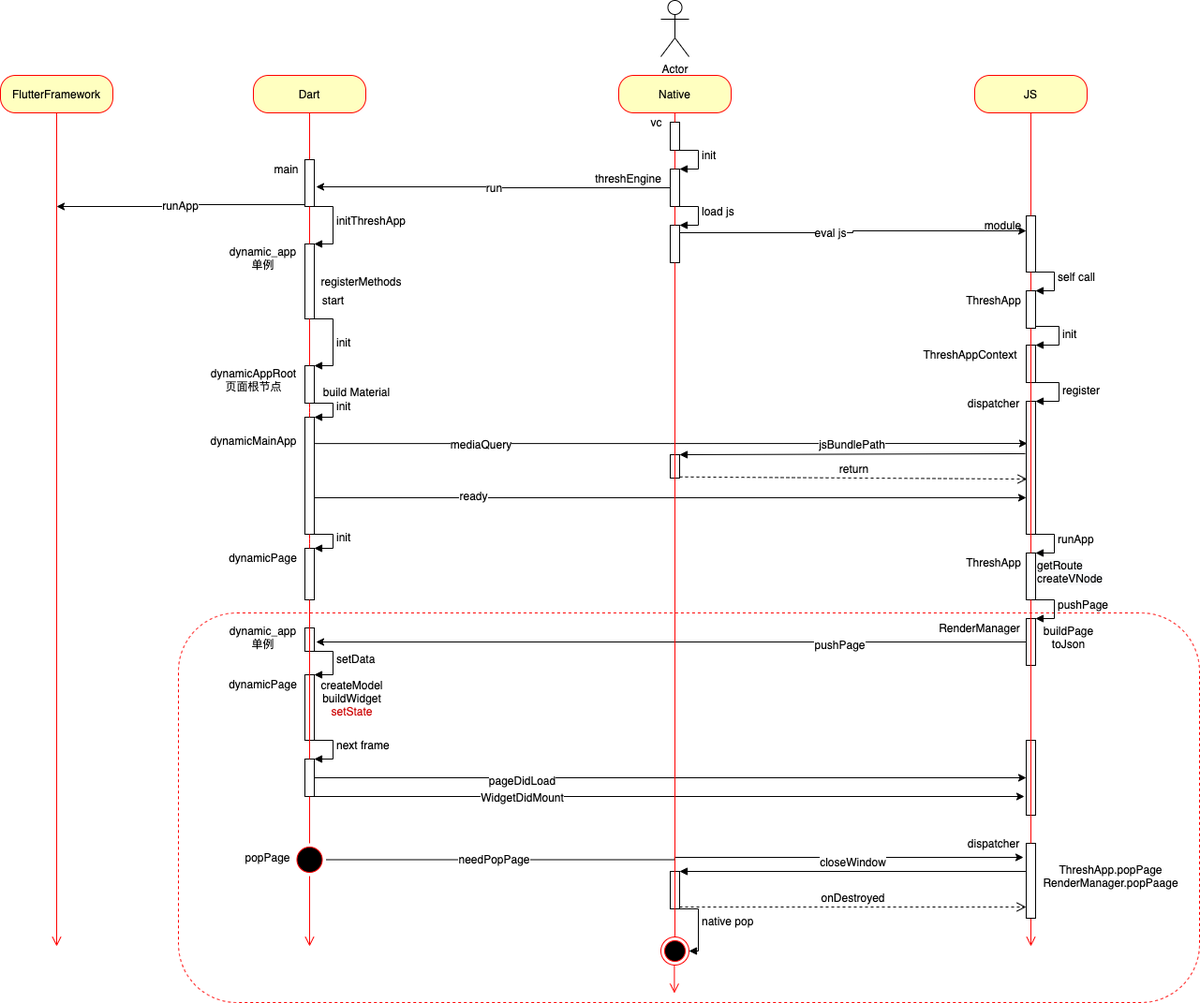
The draw.io diagram flutter/thresh UML.png in JD-Tang/flutter_uml, before a commit. Source tidied: cells renumbered, new cells last; positions are measured from the earlier drawing's top-left corner, leaving out a move shared by most shapes.
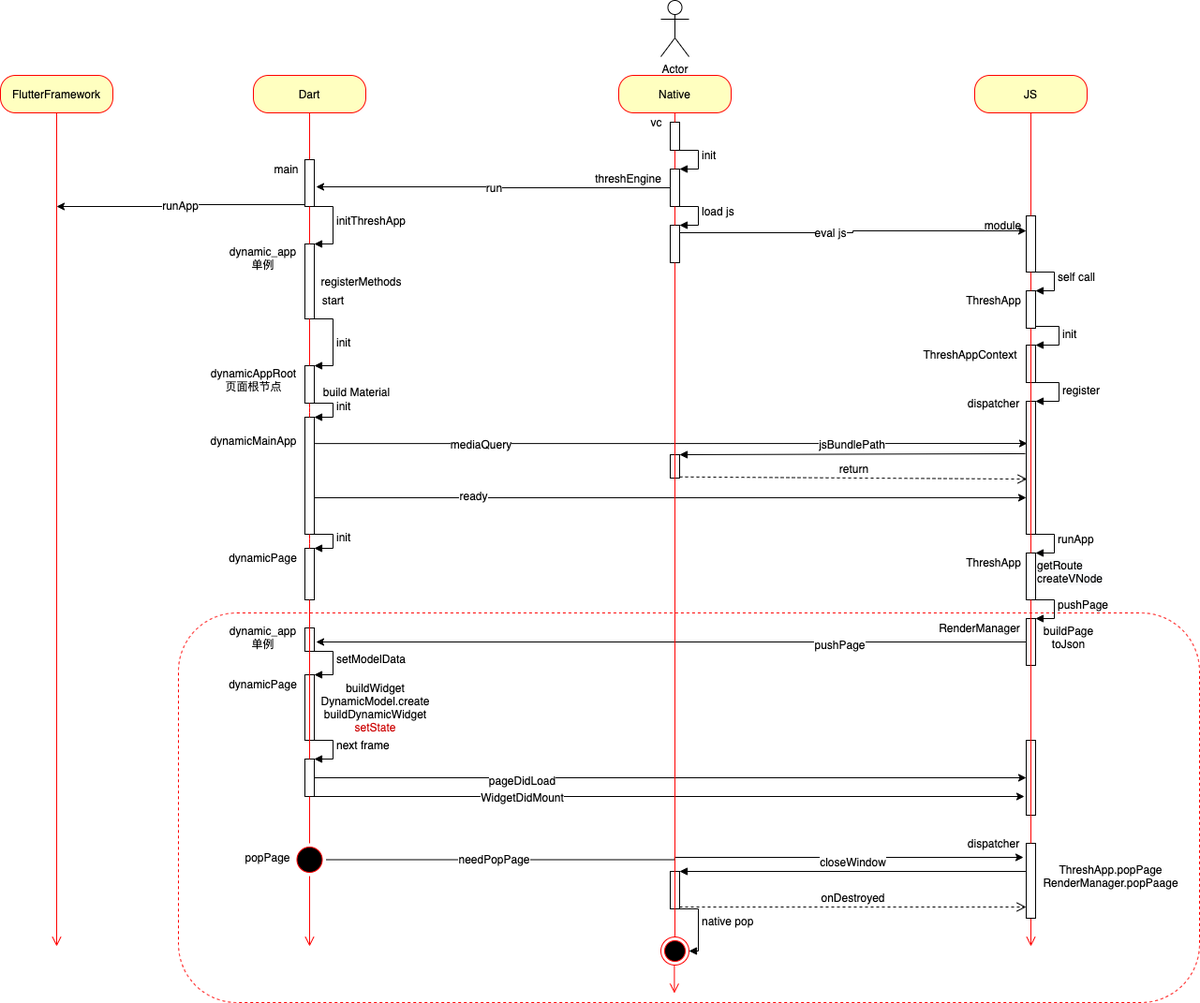
Later version of the same file.

Diff of the diagram source:
```diff
@@ -315,7 +315,7 @@
     <mxCell id="80" value="dynamic_app&lt;br&gt;单例" style="text;html=1;align=center;verticalAlign=middle;strokeColor=none;" parent="1" vertex="1">
       <mxGeometry x="235" y="665" width="90" height="30" as="geometry" />
     </mxCell>
-    <mxCell id="81" value="setData" style="edgeStyle=orthogonalEdgeStyle;html=1;align=left;spacingLeft=2;endArrow=block;rounded=0;entryX=1;entryY=0;" parent="1" edge="1" target="82">
+    <mxCell id="81" value="setModelData" style="edgeStyle=orthogonalEdgeStyle;html=1;align=left;spacingLeft=2;endArrow=block;rounded=0;entryX=1;entryY=0;" parent="1" edge="1" target="82">
       <mxGeometry relative="1" as="geometry">
         <mxPoint x="325" y="695" as="sourcePoint" />
         <Array as="points">
@@ -332,8 +332,8 @@
     <mxCell id="84" value="dynamicPage" style="text;html=1;align=center;verticalAlign=middle;strokeColor=none;" parent="1" vertex="1">
       <mxGeometry x="235" y="720" width="90" height="20" as="geometry" />
     </mxCell>
-    <mxCell id="85" value="createModel&lt;br&gt;buildWidget&lt;br&gt;&lt;font color=&quot;#cc0000&quot;&gt;setState&lt;/font&gt;" style="text;html=1;align=center;verticalAlign=middle;strokeColor=none;" parent="1" vertex="1">
-      <mxGeometry x="335" y="720" width="80" height="50" as="geometry" />
+    <mxCell id="85" value="buildWidget&lt;br&gt;DynamicModel.create&lt;br&gt;buildDynamicWidget&lt;br&gt;&lt;font color=&quot;#cc0000&quot;&gt;setState&lt;/font&gt;" style="text;html=1;align=center;verticalAlign=middle;strokeColor=none;" parent="1" vertex="1">
+      <mxGeometry x="335" y="725" width="130" height="60" as="geometry" />
     </mxCell>
     <mxCell id="86" value="next frame" style="edgeStyle=orthogonalEdgeStyle;html=1;align=left;spacingLeft=2;endArrow=block;rounded=0;entryX=1;entryY=0;" parent="1" edge="1" target="89">
       <mxGeometry relative="1" as="geometry">
```
